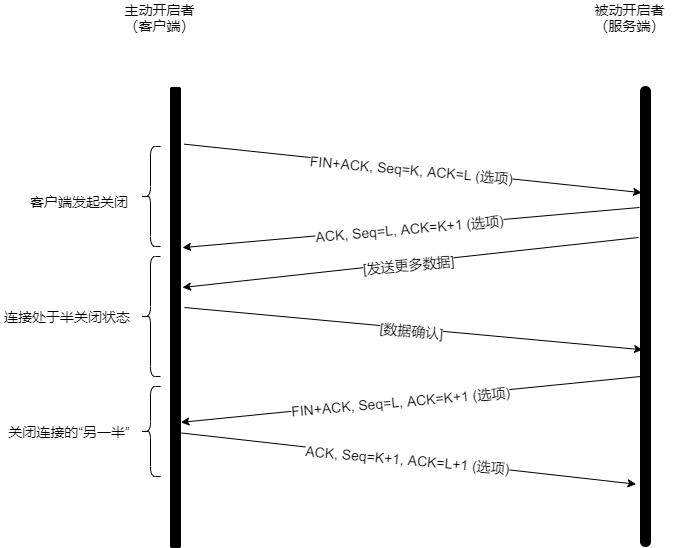
qinjianmin/draw.io keeps this draw.io diagram as draw.io/network/TCP半关闭.png. Above is the earlier version. Source tidied: cells renumbered, new cells last; positions are measured from the earlier drawing's top-left corner, leaving out a move shared by most shapes. The source it was exported from:
```xml
<mxGraphModel>
  <root>
    <mxCell id="0" />
    <mxCell id="1" parent="0" />
    <mxCell id="2" style="rounded=1;whiteSpace=wrap;html=1;fillColor=#000000;perimeterSpacing=1;" parent="1" vertex="1">
      <mxGeometry x="170" y="80" width="10" height="460" as="geometry" />
    </mxCell>
    <mxCell id="3" value="主动开启者&lt;br style=&quot;font-size: 14px;&quot;&gt;（客户端）" style="text;html=1;strokeColor=none;fillColor=none;align=center;verticalAlign=middle;whiteSpace=wrap;rounded=0;fontSize=14;" parent="1" vertex="1">
      <mxGeometry x="106.5" width="105" height="20" as="geometry" />
    </mxCell>
    <mxCell id="4" style="rounded=1;whiteSpace=wrap;html=1;fillColor=#000000;perimeterSpacing=1;arcSize=50;" parent="1" vertex="1">
      <mxGeometry x="640" y="79" width="10" height="460" as="geometry" />
    </mxCell>
    <mxCell id="5" value="被动开启者&lt;br style=&quot;font-size: 14px&quot;&gt;（服务端）" style="text;html=1;strokeColor=none;fillColor=none;align=center;verticalAlign=middle;whiteSpace=wrap;rounded=0;fontSize=14;" parent="1" vertex="1">
      <mxGeometry x="576.5" width="105" height="20" as="geometry" />
    </mxCell>
    <mxCell id="6" style="endArrow=classic;html=1;fontSize=14;entryX=0.183;entryY=0.232;entryDx=0;entryDy=0;entryPerimeter=0;exitX=1.217;exitY=0.062;exitDx=0;exitDy=0;exitPerimeter=0;" parent="1" edge="1" target="4">
      <mxGeometry relative="1" as="geometry">
        <mxPoint x="183.6" y="136.6" as="sourcePoint" />
      </mxGeometry>
    </mxCell>
    <mxCell id="7" value="FIN+ACK, Seq=K, ACK=L (选项)" style="edgeLabel;html=1;align=center;verticalAlign=middle;fontSize=14;rotation=5;" parent="6" vertex="1">
      <mxGeometry x="-0.19" y="-3" relative="1" as="geometry">
        <mxPoint x="43" y="2" as="offset" />
      </mxGeometry>
    </mxCell>
    <mxCell id="8" style="shape=curlyBracket;whiteSpace=wrap;html=1;rounded=1;" parent="1" vertex="1">
      <mxGeometry x="140" y="139" width="20" height="100" as="geometry" />
    </mxCell>
    <mxCell id="9" value="客户端发起关闭" style="text;html=1;strokeColor=none;fillColor=none;align=center;verticalAlign=middle;whiteSpace=wrap;rounded=0;fontSize=14;" parent="1" vertex="1">
      <mxGeometry x="24" y="184" width="110" height="20" as="geometry" />
    </mxCell>
    <mxCell id="10" style="endArrow=classic;html=1;fontSize=14;entryX=1.083;entryY=0.286;entryDx=0;entryDy=0;entryPerimeter=0;" parent="1" edge="1">
      <mxGeometry relative="1" as="geometry">
        <mxPoint x="639" y="200" as="sourcePoint" />
        <mxPoint x="182" y="240.1" as="targetPoint" />
      </mxGeometry>
    </mxCell>
    <mxCell id="11" value="ACK, Seq=L, ACK=K+1 (选项)" style="edgeLabel;html=1;align=center;verticalAlign=middle;fontSize=14;horizontal=1;rotation=-5;" parent="10" vertex="1">
      <mxGeometry x="0.28" y="1" relative="1" as="geometry">
        <mxPoint x="62" y="-6" as="offset" />
      </mxGeometry>
    </mxCell>
    <mxCell id="12" value="关闭连接的“另一半”" style="text;html=1;strokeColor=none;fillColor=none;align=center;verticalAlign=middle;whiteSpace=wrap;rounded=0;fontSize=14;" parent="1" vertex="1">
      <mxGeometry x="4" y="414" width="130" height="20" as="geometry" />
    </mxCell>
    <mxCell id="13" style="shape=curlyBracket;whiteSpace=wrap;html=1;rounded=1;" parent="1" vertex="1">
      <mxGeometry x="140" y="379" width="20" height="90" as="geometry" />
    </mxCell>
    <mxCell id="14" style="shape=curlyBracket;whiteSpace=wrap;html=1;rounded=1;" parent="1" vertex="1">
      <mxGeometry x="140" y="249" width="20" height="120" as="geometry" />
    </mxCell>
    <mxCell id="15" value="连接处于半关闭状态" style="text;html=1;strokeColor=none;fillColor=none;align=center;verticalAlign=middle;whiteSpace=wrap;rounded=0;fontSize=14;" parent="1" vertex="1">
      <mxGeometry y="299" width="134" height="20" as="geometry" />
    </mxCell>
    <mxCell id="16" style="endArrow=classic;html=1;fontSize=14;" parent="1" edge="1">
      <mxGeometry relative="1" as="geometry">
        <mxPoint x="638" y="230" as="sourcePoint" />
        <mxPoint x="182" y="280" as="targetPoint" />
      </mxGeometry>
    </mxCell>
    <mxCell id="17" value="[发送更多数据]" style="edgeLabel;html=1;align=center;verticalAlign=middle;fontSize=14;horizontal=1;rotation=-5;" parent="16" vertex="1">
      <mxGeometry x="0.28" y="1" relative="1" as="geometry">
        <mxPoint x="62" y="-6" as="offset" />
      </mxGeometry>
    </mxCell>
    <mxCell id="18" style="endArrow=classic;html=1;fontSize=14;entryX=0.25;entryY=0.572;entryDx=0;entryDy=0;entryPerimeter=0;" parent="1" edge="1" target="4">
      <mxGeometry relative="1" as="geometry">
        <mxPoint x="184" y="300" as="sourcePoint" />
      </mxGeometry>
    </mxCell>
    <mxCell id="19" value="[数据确认]" style="edgeLabel;html=1;align=center;verticalAlign=middle;fontSize=14;rotation=5;" parent="18" vertex="1">
      <mxGeometry x="-0.19" y="-3" relative="1" as="geometry">
        <mxPoint x="43" y="2" as="offset" />
      </mxGeometry>
    </mxCell>
    <mxCell id="20" style="endArrow=classic;html=1;entryX=0.95;entryY=0.727;entryDx=0;entryDy=0;entryPerimeter=0;" parent="1" edge="1" target="2">
      <mxGeometry relative="1" as="geometry">
        <mxPoint x="640" y="369" as="sourcePoint" />
      </mxGeometry>
    </mxCell>
    <mxCell id="21" value="&lt;span style=&quot;font-size: 14px&quot;&gt;FIN+ACK, Seq=L, ACK=K+1 (选项)&lt;/span&gt;" style="edgeLabel;html=1;align=center;verticalAlign=middle;rotation=355;" parent="20" vertex="1">
      <mxGeometry x="0.05" y="1" relative="1" as="geometry" />
    </mxCell>
    <mxCell id="22" style="endArrow=classic;html=1;fontSize=14;entryX=-0.283;entryY=0.863;entryDx=0;entryDy=0;entryPerimeter=0;exitX=1;exitY=0.75;exitDx=0;exitDy=0;" parent="1" edge="1" source="2" target="4">
      <mxGeometry relative="1" as="geometry" />
    </mxCell>
    <mxCell id="23" value="ACK, Seq=K+1, ACK=L+1 (选项)" style="edgeLabel;html=1;align=center;verticalAlign=middle;fontSize=14;rotation=5;" parent="22" vertex="1">
      <mxGeometry x="-0.19" y="-3" relative="1" as="geometry">
        <mxPoint x="43" y="2" as="offset" />
      </mxGeometry>
    </mxCell>
  </root>
</mxGraphModel>
```
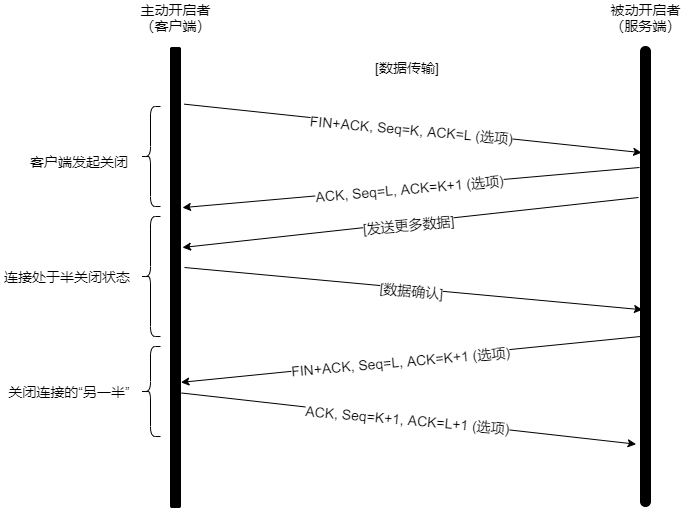
The same file after the commit.

What changed in the source:
```diff
@@ -6,13 +6,13 @@
       <mxGeometry x="170" y="80" width="10" height="460" as="geometry" />
     </mxCell>
     <mxCell id="3" value="主动开启者&lt;br style=&quot;font-size: 14px;&quot;&gt;（客户端）" style="text;html=1;strokeColor=none;fillColor=none;align=center;verticalAlign=middle;whiteSpace=wrap;rounded=0;fontSize=14;" parent="1" vertex="1">
-      <mxGeometry x="106.5" width="105" height="20" as="geometry" />
+      <mxGeometry x="122.5" y="40" width="105" height="20" as="geometry" />
     </mxCell>
     <mxCell id="4" style="rounded=1;whiteSpace=wrap;html=1;fillColor=#000000;perimeterSpacing=1;arcSize=50;" parent="1" vertex="1">
       <mxGeometry x="640" y="79" width="10" height="460" as="geometry" />
     </mxCell>
     <mxCell id="5" value="被动开启者&lt;br style=&quot;font-size: 14px&quot;&gt;（服务端）" style="text;html=1;strokeColor=none;fillColor=none;align=center;verticalAlign=middle;whiteSpace=wrap;rounded=0;fontSize=14;" parent="1" vertex="1">
-      <mxGeometry x="576.5" width="105" height="20" as="geometry" />
+      <mxGeometry x="592.5" y="40" width="105" height="20" as="geometry" />
     </mxCell>
     <mxCell id="6" style="endArrow=classic;html=1;fontSize=14;entryX=0.183;entryY=0.232;entryDx=0;entryDy=0;entryPerimeter=0;exitX=1.217;exitY=0.062;exitDx=0;exitDy=0;exitPerimeter=0;" parent="1" edge="1" target="4">
       <mxGeometry relative="1" as="geometry">
@@ -90,5 +90,8 @@
         <mxPoint x="43" y="2" as="offset" />
       </mxGeometry>
     </mxCell>
+    <mxCell id="24" value="[数据传输]" style="text;html=1;strokeColor=none;fillColor=none;align=center;verticalAlign=middle;whiteSpace=wrap;rounded=0;fontSize=14;" parent="1" vertex="1">
+      <mxGeometry x="364" y="90" width="86" height="20" as="geometry" />
+    </mxCell>
   </root>
 </mxGraphModel>
```
